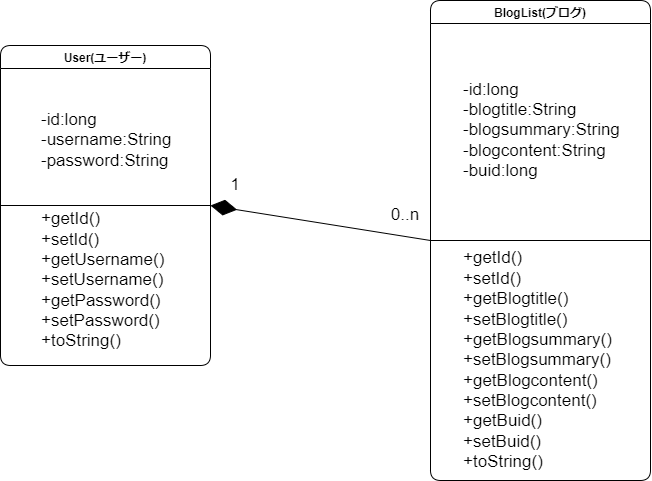
This is graph/class-Page-4.drawio.png from shitsumazyo/TestWeb, a draw.io export, as it was before one commit. Source tidied: cells renumbered, new cells last; positions are measured from the earlier drawing's top-left corner, leaving out a move shared by most shapes. Its diagram source:
```xml
<mxGraphModel>
  <root>
    <mxCell id="0" />
    <mxCell id="1" parent="0" />
    <mxCell id="2" value="User(ユーザー)" style="swimlane;rounded=1;shadow=0;glass=0;sketch=0;fillColor=default;gradientColor=none;swimlaneLine=1;" parent="1" vertex="1">
      <mxGeometry y="45" width="210" height="320" as="geometry" />
    </mxCell>
    <mxCell id="3" value="&lt;font style=&quot;font-size: 17px;&quot;&gt;-id:long&amp;nbsp; &amp;nbsp; &amp;nbsp; &amp;nbsp; &amp;nbsp; &amp;nbsp; &amp;nbsp; &amp;nbsp;&amp;nbsp;&lt;br&gt;-username:String&lt;br&gt;-password:String&amp;nbsp;&lt;/font&gt;" style="rounded=1;whiteSpace=wrap;html=1;shadow=0;glass=0;sketch=0;fillColor=none;gradientColor=none;strokeColor=none;align=left;" parent="2" vertex="1">
      <mxGeometry x="38.8" y="20" width="167.5" height="150" as="geometry" />
    </mxCell>
    <mxCell id="4" value="+getId()&lt;br&gt;+setId()&lt;br&gt;+getUsername()&lt;br&gt;+setUsername()&lt;br&gt;+getPassword()&lt;br&gt;+setPassword()&lt;br&gt;+toString()" style="rounded=0;whiteSpace=wrap;html=1;shadow=0;glass=0;sketch=0;fontSize=17;fillColor=none;gradientColor=none;align=left;strokeColor=none;" parent="2" vertex="1">
      <mxGeometry x="38.8" y="150" width="150" height="170" as="geometry" />
    </mxCell>
    <mxCell id="5" style="endArrow=none;html=1;rounded=0;exitX=0;exitY=0.5;exitDx=0;exitDy=0;entryX=1;entryY=0.5;entryDx=0;entryDy=0;" parent="1" edge="1" source="2" target="2">
      <mxGeometry relative="1" as="geometry" />
    </mxCell>
    <mxCell id="6" value="BlogList(ブログ)" style="swimlane;rounded=1;shadow=0;glass=0;sketch=0;fillColor=default;gradientColor=none;swimlaneLine=1;" parent="1" vertex="1">
      <mxGeometry x="430" width="220" height="480" as="geometry" />
    </mxCell>
    <mxCell id="7" value="&lt;div style=&quot;&quot;&gt;&lt;span style=&quot;font-size: 17px; background-color: initial;&quot;&gt;-id:long&amp;nbsp; &amp;nbsp; &amp;nbsp; &amp;nbsp; &amp;nbsp; &amp;nbsp; &amp;nbsp; &amp;nbsp; &amp;nbsp; &amp;nbsp; &amp;nbsp; &amp;nbsp;&lt;/span&gt;&lt;/div&gt;&lt;font style=&quot;font-size: 17px;&quot;&gt;&lt;div style=&quot;&quot;&gt;&lt;span style=&quot;background-color: initial;&quot;&gt;-blogtitle:String&amp;nbsp; &amp;nbsp; &amp;nbsp; &amp;nbsp; &amp;nbsp; &amp;nbsp;&lt;/span&gt;&lt;/div&gt;&lt;div style=&quot;&quot;&gt;&lt;span style=&quot;background-color: initial;&quot;&gt;-blogsummary:String&amp;nbsp;&lt;/span&gt;&lt;/div&gt;&lt;div style=&quot;&quot;&gt;&lt;span style=&quot;background-color: initial;&quot;&gt;-blogcontent:String&amp;nbsp; &amp;nbsp;&amp;nbsp;&lt;/span&gt;&lt;/div&gt;&lt;div style=&quot;&quot;&gt;&lt;span style=&quot;background-color: initial;&quot;&gt;-buid:long&amp;nbsp; &amp;nbsp; &amp;nbsp;&lt;/span&gt;&lt;/div&gt;&lt;/font&gt;" style="rounded=1;whiteSpace=wrap;html=1;shadow=0;glass=0;sketch=0;fillColor=none;gradientColor=none;strokeColor=none;align=left;" parent="6" vertex="1">
      <mxGeometry x="31.2" y="55" width="188.8" height="150" as="geometry" />
    </mxCell>
    <mxCell id="8" value="+getId()&lt;br&gt;+setId()&lt;br&gt;+getBlogtitle()&lt;br&gt;+setBlogtitle()&lt;br&gt;+getBlogsummary()&lt;br&gt;+setBlogsummary()&lt;br&gt;+getBlogcontent()&lt;br&gt;+setBlogcontent()&lt;br&gt;+getBuid()&lt;br&gt;+setBuid()&lt;br&gt;+toString()" style="rounded=0;whiteSpace=wrap;html=1;shadow=0;glass=0;sketch=0;fontSize=17;fillColor=none;gradientColor=none;align=left;strokeColor=none;" parent="6" vertex="1">
      <mxGeometry x="31.2" y="240" width="170" height="240" as="geometry" />
    </mxCell>
    <mxCell id="9" style="endArrow=none;html=1;rounded=0;exitX=0;exitY=0.5;exitDx=0;exitDy=0;entryX=1;entryY=0.5;entryDx=0;entryDy=0;" parent="1" edge="1" source="6" target="6">
      <mxGeometry relative="1" as="geometry" />
    </mxCell>
    <mxCell id="10" style="endArrow=diamondThin;endFill=1;endSize=24;html=1;rounded=0;fontSize=17;entryX=1;entryY=0.5;entryDx=0;entryDy=0;exitX=0;exitY=0.5;exitDx=0;exitDy=0;" parent="1" edge="1" source="6" target="2">
      <mxGeometry relative="1" as="geometry" />
    </mxCell>
    <mxCell id="11" value="1" style="rounded=0;whiteSpace=wrap;html=1;shadow=0;glass=0;sketch=0;fontSize=17;fillColor=none;gradientColor=none;strokeColor=none;" parent="1" vertex="1">
      <mxGeometry x="190" y="165" width="90" height="40" as="geometry" />
    </mxCell>
    <mxCell id="12" value="0..n" style="rounded=0;whiteSpace=wrap;html=1;shadow=0;glass=0;sketch=0;fontSize=17;fillColor=none;gradientColor=none;strokeColor=none;" parent="1" vertex="1">
      <mxGeometry x="360" y="195" width="90" height="40" as="geometry" />
    </mxCell>
  </root>
</mxGraphModel>
```
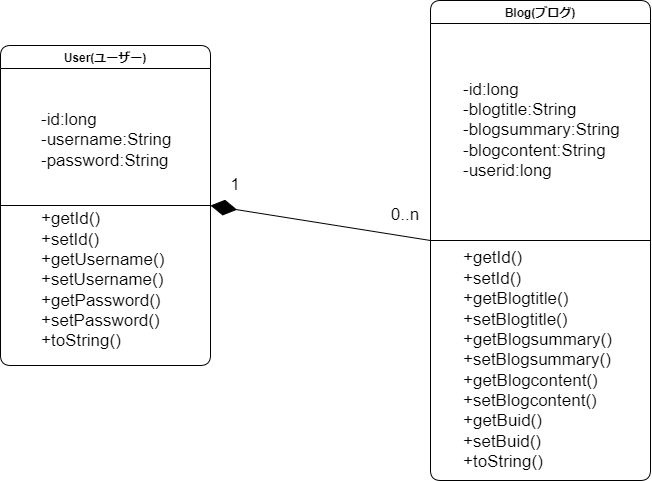
After the commit.

Change to the diagram source:
```diff
@@ -14,10 +14,10 @@
     <mxCell id="5" style="endArrow=none;html=1;rounded=0;exitX=0;exitY=0.5;exitDx=0;exitDy=0;entryX=1;entryY=0.5;entryDx=0;entryDy=0;" parent="1" edge="1" source="2" target="2">
       <mxGeometry relative="1" as="geometry" />
     </mxCell>
-    <mxCell id="6" value="BlogList(ブログ)" style="swimlane;rounded=1;shadow=0;glass=0;sketch=0;fillColor=default;gradientColor=none;swimlaneLine=1;" parent="1" vertex="1">
+    <mxCell id="6" value="Blog(ブログ)" style="swimlane;rounded=1;shadow=0;glass=0;sketch=0;fillColor=default;gradientColor=none;swimlaneLine=1;" parent="1" vertex="1">
       <mxGeometry x="430" width="220" height="480" as="geometry" />
     </mxCell>
-    <mxCell id="7" value="&lt;div style=&quot;&quot;&gt;&lt;span style=&quot;font-size: 17px; background-color: initial;&quot;&gt;-id:long&amp;nbsp; &amp;nbsp; &amp;nbsp; &amp;nbsp; &amp;nbsp; &amp;nbsp; &amp;nbsp; &amp;nbsp; &amp;nbsp; &amp;nbsp; &amp;nbsp; &amp;nbsp;&lt;/span&gt;&lt;/div&gt;&lt;font style=&quot;font-size: 17px;&quot;&gt;&lt;div style=&quot;&quot;&gt;&lt;span style=&quot;background-color: initial;&quot;&gt;-blogtitle:String&amp;nbsp; &amp;nbsp; &amp;nbsp; &amp;nbsp; &amp;nbsp; &amp;nbsp;&lt;/span&gt;&lt;/div&gt;&lt;div style=&quot;&quot;&gt;&lt;span style=&quot;background-color: initial;&quot;&gt;-blogsummary:String&amp;nbsp;&lt;/span&gt;&lt;/div&gt;&lt;div style=&quot;&quot;&gt;&lt;span style=&quot;background-color: initial;&quot;&gt;-blogcontent:String&amp;nbsp; &amp;nbsp;&amp;nbsp;&lt;/span&gt;&lt;/div&gt;&lt;div style=&quot;&quot;&gt;&lt;span style=&quot;background-color: initial;&quot;&gt;-buid:long&amp;nbsp; &amp;nbsp; &amp;nbsp;&lt;/span&gt;&lt;/div&gt;&lt;/font&gt;" style="rounded=1;whiteSpace=wrap;html=1;shadow=0;glass=0;sketch=0;fillColor=none;gradientColor=none;strokeColor=none;align=left;" parent="6" vertex="1">
+    <mxCell id="7" value="&lt;div style=&quot;&quot;&gt;&lt;span style=&quot;font-size: 17px; background-color: initial;&quot;&gt;-id:long&amp;nbsp; &amp;nbsp; &amp;nbsp; &amp;nbsp; &amp;nbsp; &amp;nbsp; &amp;nbsp; &amp;nbsp; &amp;nbsp; &amp;nbsp; &amp;nbsp; &amp;nbsp;&lt;/span&gt;&lt;/div&gt;&lt;font style=&quot;font-size: 17px;&quot;&gt;&lt;div style=&quot;&quot;&gt;&lt;span style=&quot;background-color: initial;&quot;&gt;-blogtitle:String&amp;nbsp; &amp;nbsp; &amp;nbsp; &amp;nbsp; &amp;nbsp; &amp;nbsp;&lt;/span&gt;&lt;/div&gt;&lt;div style=&quot;&quot;&gt;&lt;span style=&quot;background-color: initial;&quot;&gt;-blogsummary:String&amp;nbsp;&lt;/span&gt;&lt;/div&gt;&lt;div style=&quot;&quot;&gt;&lt;span style=&quot;background-color: initial;&quot;&gt;-blogcontent:String&amp;nbsp; &amp;nbsp;&amp;nbsp;&lt;/span&gt;&lt;/div&gt;&lt;div style=&quot;&quot;&gt;&lt;span style=&quot;background-color: initial;&quot;&gt;-userid:long&amp;nbsp; &amp;nbsp; &amp;nbsp;&lt;/span&gt;&lt;/div&gt;&lt;/font&gt;" style="rounded=1;whiteSpace=wrap;html=1;shadow=0;glass=0;sketch=0;fillColor=none;gradientColor=none;strokeColor=none;align=left;" parent="6" vertex="1">
       <mxGeometry x="31.2" y="55" width="188.8" height="150" as="geometry" />
     </mxCell>
     <mxCell id="8" value="+getId()&lt;br&gt;+setId()&lt;br&gt;+getBlogtitle()&lt;br&gt;+setBlogtitle()&lt;br&gt;+getBlogsummary()&lt;br&gt;+setBlogsummary()&lt;br&gt;+getBlogcontent()&lt;br&gt;+setBlogcontent()&lt;br&gt;+getBuid()&lt;br&gt;+setBuid()&lt;br&gt;+toString()" style="rounded=0;whiteSpace=wrap;html=1;shadow=0;glass=0;sketch=0;fontSize=17;fillColor=none;gradientColor=none;align=left;strokeColor=none;" parent="6" vertex="1">
```
